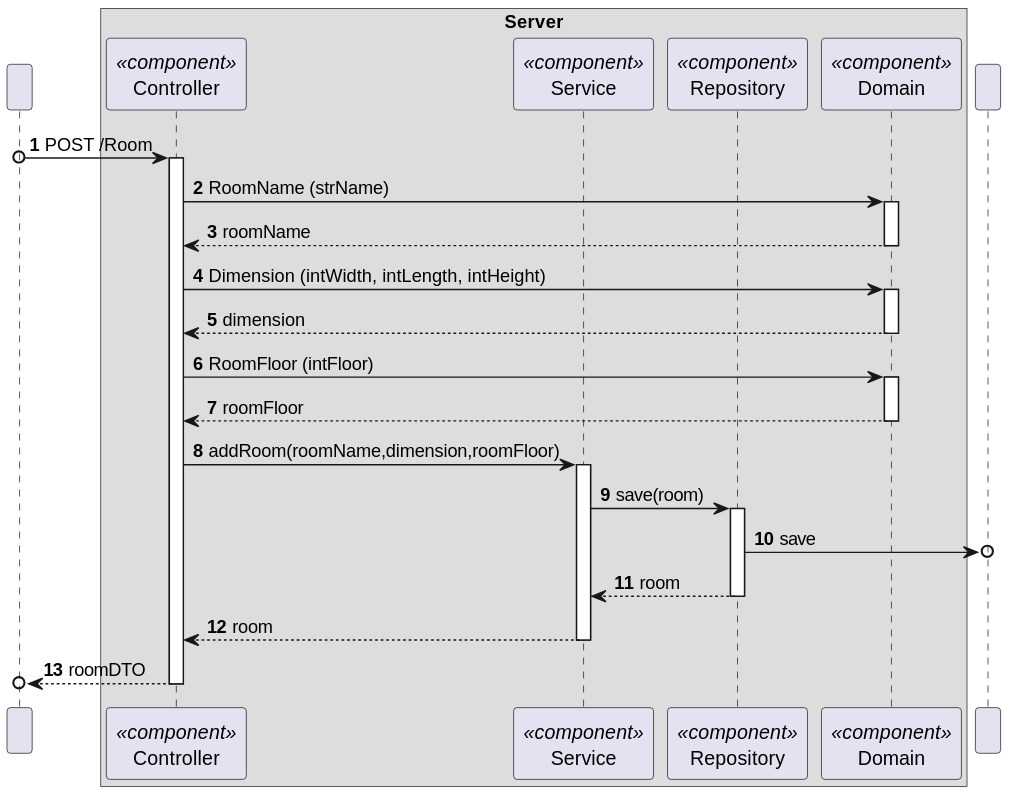
The PlantUML diagram docs/C4_4plus1_models/Level4/ProcessView/ProcessViewLevel4_UC02_v1.svg in moutajDev/smarthome, before a commit.
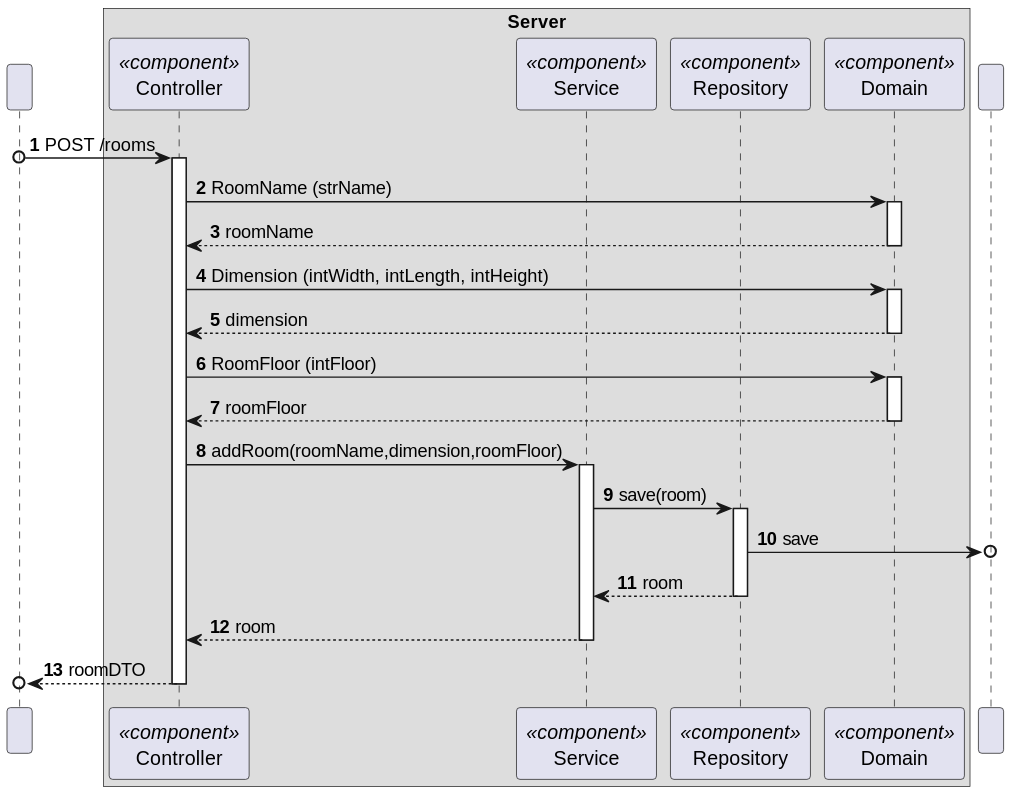
Later version of the same file.

Change to the diagram source:
```diff
@@ -15,7 +15,7 @@
 participant " " as BD
 
 
-HTTP o-> CTRL : POST /Room
+HTTP o-> CTRL : POST /rooms
 activate CTRL
 
 
```
